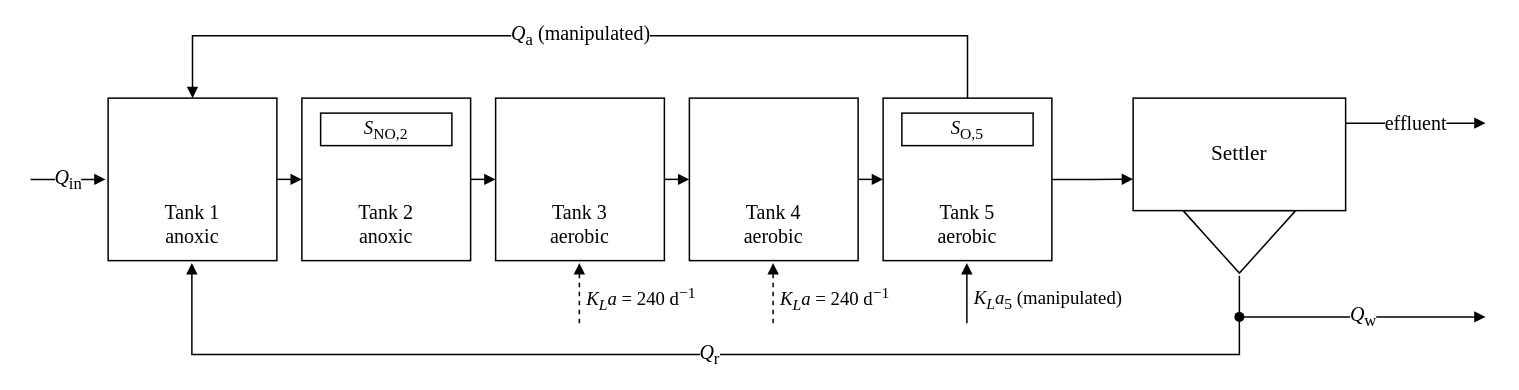
Before: docs/diagrams/mono/plant.drawio in Amritha902/water_resource, a draw.io diagram. Source tidied: cells renumbered, new cells numbered last; positions are measured from the earlier drawing's top-left corner, leaving out a move shared by most shapes. Both pictures are drawn from the tidied source at 125%, with x=0, y=0 at pixel (30, 35).
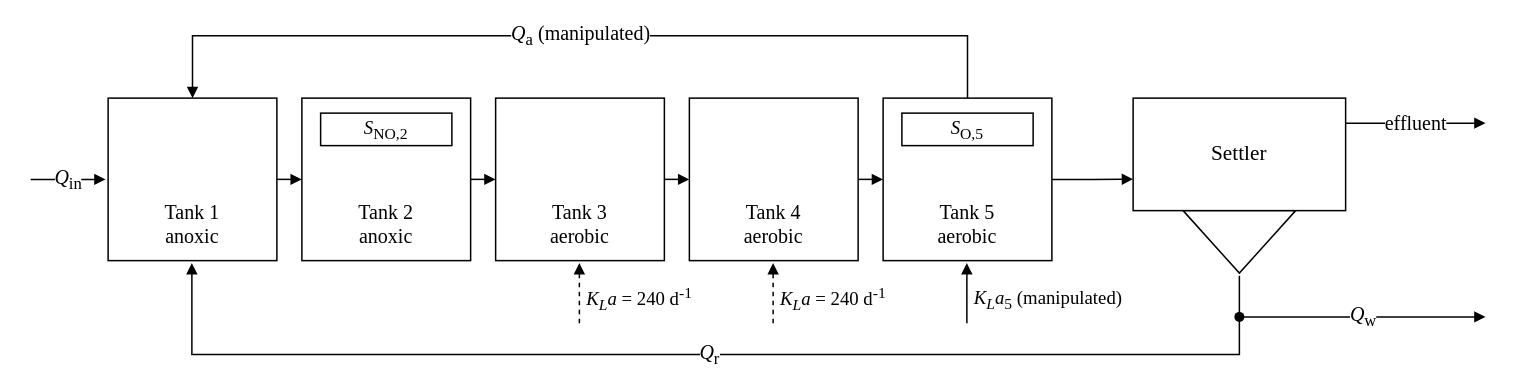
The same diagram, later.

What changed in the source:
```diff
@@
-    <mxCell id="21" value="&lt;i&gt;K&lt;sub&gt;L&lt;/sub&gt;a&lt;/i&gt; = 240 d&lt;sup&gt;−1&lt;/sup&gt;" style="text;html=1;strokeColor=none;fillColor=none;align=center;verticalAlign=middle;whiteSpace=wrap;fontColor=#000000;fontSize=16;fontFamily=Times New Roman;align=left;fontSize=15;" parent="1" vertex="1">
+    <mxCell id="21" value="&lt;i&gt;K&lt;sub&gt;L&lt;/sub&gt;a&lt;/i&gt; = 240 d&lt;sup&gt;-1&lt;/sup&gt;" style="text;html=1;strokeColor=none;fillColor=none;align=center;verticalAlign=middle;whiteSpace=wrap;fontColor=#000000;fontSize=16;fontFamily=Times New Roman;align=left;fontSize=15;" parent="1" vertex="1">
       <mxGeometry x="443" y="198" width="130" height="26" as="geometry" />
     </mxCell>
@@
-    <mxCell id="23" value="&lt;i&gt;K&lt;sub&gt;L&lt;/sub&gt;a&lt;/i&gt; = 240 d&lt;sup&gt;−1&lt;/sup&gt;" style="text;html=1;strokeColor=none;fillColor=none;align=center;verticalAlign=middle;whiteSpace=wrap;fontColor=#000000;fontSize=16;fontFamily=Times New Roman;align=left;fontSize=15;" parent="1" vertex="1">
+    <mxCell id="23" value="&lt;i&gt;K&lt;sub&gt;L&lt;/sub&gt;a&lt;/i&gt; = 240 d&lt;sup&gt;-1&lt;/sup&gt;" style="text;html=1;strokeColor=none;fillColor=none;align=center;verticalAlign=middle;whiteSpace=wrap;fontColor=#000000;fontSize=16;fontFamily=Times New Roman;align=left;fontSize=15;" parent="1" vertex="1">
       <mxGeometry x="598" y="198" width="130" height="26" as="geometry" />
     </mxCell>
```
